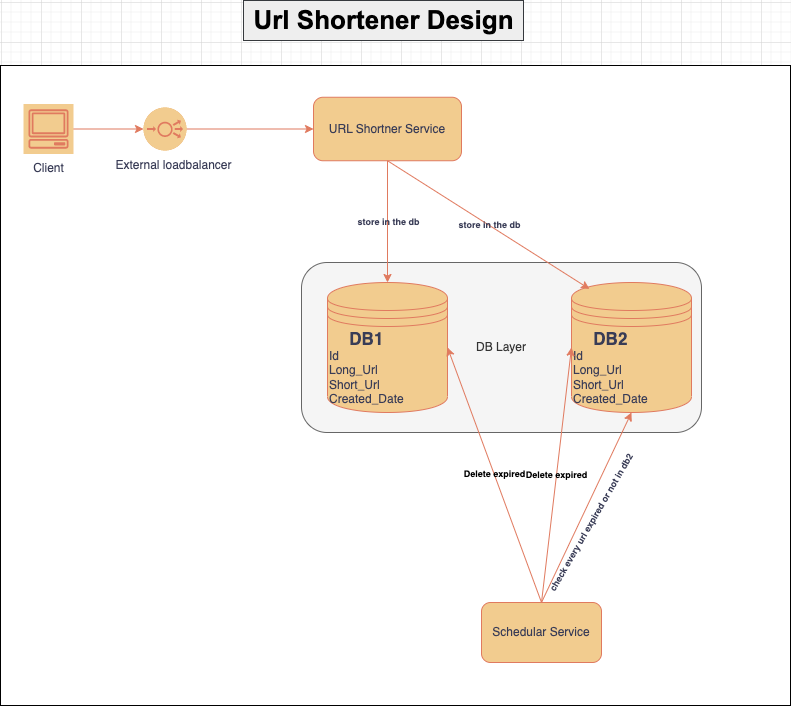
sufiyan0211/UrlShortner keeps this draw.io diagram as URL Shortner Design.png. Above is the earlier version. Source tidied: cells renumbered, new cells last; positions are measured from the earlier drawing's top-left corner, leaving out a move shared by most shapes. Its diagram source:
```xml
<mxGraphModel>
  <root>
    <mxCell id="0" />
    <mxCell id="1" parent="0" />
    <mxCell id="2" style="rounded=0;whiteSpace=wrap;html=1;" parent="1" vertex="1">
      <mxGeometry y="65" width="790" height="640" as="geometry" />
    </mxCell>
    <mxCell id="3" value="DB Layer" style="rounded=1;whiteSpace=wrap;html=1;fillColor=#f5f5f5;strokeColor=#666666;fontColor=#333333;" parent="1" vertex="1">
      <mxGeometry x="301" y="262" width="400" height="170" as="geometry" />
    </mxCell>
    <mxCell id="4" style="edgeStyle=orthogonalEdgeStyle;rounded=0;jettySize=auto;html=1;fontSize=17;labelBackgroundColor=none;fontColor=default;strokeColor=#E07A5F;" parent="1" edge="1" source="5" target="7">
      <mxGeometry relative="1" as="geometry" />
    </mxCell>
    <mxCell id="5" value="Client" style="sketch=0;outlineConnect=0;dashed=0;verticalLabelPosition=bottom;verticalAlign=top;align=center;html=1;fontSize=12;fontStyle=0;shape=mxgraph.aws4.resourceIcon;resIcon=mxgraph.aws4.client;labelBackgroundColor=none;fillColor=#F2CC8F;strokeColor=#E07A5F;fontColor=#393C56;" parent="1" vertex="1">
      <mxGeometry x="23" y="103.5" width="50" height="50" as="geometry" />
    </mxCell>
    <mxCell id="6" style="edgeStyle=orthogonalEdgeStyle;rounded=0;jettySize=auto;html=1;fontSize=17;entryX=0;entryY=0.5;entryDx=0;entryDy=0;labelBackgroundColor=none;fontColor=default;strokeColor=#E07A5F;" parent="1" edge="1" source="7" target="9">
      <mxGeometry relative="1" as="geometry" />
    </mxCell>
    <mxCell id="7" style="verticalLabelPosition=bottom;sketch=0;html=1;verticalAlign=top;align=center;points=[[0.145,0.145,0],[0.5,0,0],[0.855,0.145,0],[1,0.5,0],[0.855,0.855,0],[0.5,1,0],[0.145,0.855,0],[0,0.5,0]];shape=mxgraph.cisco_safe.compositeIcon;bgIcon=ellipse;resIcon=mxgraph.cisco_safe.capability.load_balancer;labelBackgroundColor=none;fillColor=#F2CC8F;strokeColor=#E07A5F;fontColor=#393C56;" parent="1" vertex="1">
      <mxGeometry x="143" y="107" width="43" height="43" as="geometry" />
    </mxCell>
    <mxCell id="8" value="&lt;div style=&quot;text-align: center;&quot;&gt;&lt;b style=&quot;background-color: initial;&quot;&gt;&lt;font style=&quot;font-size: 17px;&quot;&gt;DB1&lt;/font&gt;&lt;/b&gt;&lt;/div&gt;Id&lt;br style=&quot;border-color: var(--border-color);&quot;&gt;&lt;span style=&quot;&quot;&gt;Long_Url&lt;/span&gt;&lt;br style=&quot;border-color: var(--border-color);&quot;&gt;&lt;span style=&quot;&quot;&gt;Short_Url&lt;/span&gt;&lt;br style=&quot;border-color: var(--border-color);&quot;&gt;&lt;span style=&quot;&quot;&gt;Created_Date&lt;/span&gt;" style="shape=datastore;whiteSpace=wrap;html=1;align=left;labelBackgroundColor=none;fillColor=#F2CC8F;strokeColor=#E07A5F;fontColor=#393C56;" parent="1" vertex="1">
      <mxGeometry x="327" y="282" width="120" height="130" as="geometry" />
    </mxCell>
    <mxCell id="9" value="URL Shortner Service" style="rounded=1;whiteSpace=wrap;html=1;labelBackgroundColor=none;fillColor=#F2CC8F;strokeColor=#E07A5F;fontColor=#393C56;" parent="1" vertex="1">
      <mxGeometry x="313" y="96.8" width="148" height="63.5" as="geometry" />
    </mxCell>
    <mxCell id="10" value="&lt;div style=&quot;text-align: center;&quot;&gt;&lt;b style=&quot;background-color: initial;&quot;&gt;&lt;font style=&quot;font-size: 17px;&quot;&gt;DB2&lt;/font&gt;&lt;/b&gt;&lt;/div&gt;Id&lt;br style=&quot;border-color: var(--border-color);&quot;&gt;&lt;span style=&quot;&quot;&gt;Long_Url&lt;/span&gt;&lt;br style=&quot;border-color: var(--border-color);&quot;&gt;&lt;span style=&quot;&quot;&gt;Short_Url&lt;/span&gt;&lt;br style=&quot;border-color: var(--border-color);&quot;&gt;&lt;span style=&quot;&quot;&gt;Created_Date&lt;/span&gt;" style="shape=datastore;whiteSpace=wrap;html=1;align=left;labelBackgroundColor=none;fillColor=#F2CC8F;strokeColor=#E07A5F;fontColor=#393C56;" parent="1" vertex="1">
      <mxGeometry x="571" y="282" width="120" height="130" as="geometry" />
    </mxCell>
    <mxCell id="11" value="Schedular Service" style="rounded=1;whiteSpace=wrap;html=1;labelBackgroundColor=none;fillColor=#F2CC8F;strokeColor=#E07A5F;fontColor=#393C56;" parent="1" vertex="1">
      <mxGeometry x="481" y="602" width="120" height="60" as="geometry" />
    </mxCell>
    <mxCell id="12" style="endArrow=classic;html=1;rounded=0;fontSize=9;exitX=0.5;exitY=1;exitDx=0;exitDy=0;labelBackgroundColor=none;fontColor=default;strokeColor=#E07A5F;" parent="1" edge="1" source="9" target="8">
      <mxGeometry relative="1" as="geometry" />
    </mxCell>
    <mxCell id="13" value="store in the db" style="edgeLabel;html=1;align=center;verticalAlign=middle;fontSize=9;labelBackgroundColor=none;fontColor=#393C56;fontStyle=1;" parent="12" vertex="1">
      <mxGeometry relative="1" as="geometry" />
    </mxCell>
    <mxCell id="14" style="endArrow=classic;html=1;rounded=0;fontSize=9;entryX=0.15;entryY=0.05;entryDx=0;entryDy=0;entryPerimeter=0;exitX=0.5;exitY=1;exitDx=0;exitDy=0;labelBackgroundColor=none;fontColor=default;strokeColor=#E07A5F;" parent="1" edge="1" source="9" target="10">
      <mxGeometry relative="1" as="geometry" />
    </mxCell>
    <mxCell id="15" value="store in the db" style="edgeLabel;html=1;align=center;verticalAlign=middle;fontSize=9;labelBackgroundColor=none;fontColor=#393C56;fontStyle=1;" parent="14" vertex="1">
      <mxGeometry relative="1" as="geometry" />
    </mxCell>
    <mxCell id="16" style="endArrow=classic;html=1;rounded=0;fontSize=9;exitX=0.5;exitY=0;exitDx=0;exitDy=0;entryX=0.5;entryY=1;entryDx=0;entryDy=0;labelBackgroundColor=none;fontColor=default;strokeColor=#E07A5F;" parent="1" edge="1" source="11" target="10">
      <mxGeometry relative="1" as="geometry" />
    </mxCell>
    <mxCell id="17" value="check every url expired or not in db2&amp;nbsp;" style="edgeLabel;html=1;align=center;verticalAlign=middle;fontSize=9;labelBackgroundColor=none;fontColor=#393C56;fontStyle=1;rotation=-60;" parent="16" vertex="1">
      <mxGeometry relative="1" as="geometry">
        <mxPoint x="5" y="15" as="offset" />
      </mxGeometry>
    </mxCell>
    <mxCell id="18" value="Delete expired" style="endArrow=classic;html=1;rounded=0;fontSize=9;entryX=0;entryY=0.5;entryDx=0;entryDy=0;labelBackgroundColor=none;fontColor=default;strokeColor=#E07A5F;fontStyle=1;exitX=0.5;exitY=0;exitDx=0;exitDy=0;" parent="1" edge="1" source="11" target="10">
      <mxGeometry relative="1" as="geometry" />
    </mxCell>
    <mxCell id="19" value="Delete expired" style="endArrow=classic;html=1;rounded=0;fontSize=9;entryX=1;entryY=0.5;entryDx=0;entryDy=0;exitX=0.5;exitY=0;exitDx=0;exitDy=0;labelBackgroundColor=none;fontColor=default;strokeColor=#E07A5F;fontStyle=1;" parent="1" edge="1" source="11" target="8">
      <mxGeometry relative="1" as="geometry" />
    </mxCell>
    <mxCell id="20" value="Url Shortener Design" style="text;html=1;align=center;verticalAlign=middle;fillColor=#eeeeee;fontSize=26;fontStyle=1;fontFamily=Arial;fontSource=https%3A%2F%2Ffonts.googleapis.com%2Fcss%3Ffamily%3DArial;labelBackgroundColor=none;strokeColor=#36393d;" parent="1" vertex="1">
      <mxGeometry x="243" width="280" height="40" as="geometry" />
    </mxCell>
    <mxCell id="21" value="External loadbalancer" style="text;html=1;align=center;verticalAlign=middle;strokeColor=none;fillColor=none;fontColor=#393C56;" parent="1" vertex="1">
      <mxGeometry x="103" y="150" width="140" height="30" as="geometry" />
    </mxCell>
  </root>
</mxGraphModel>
```
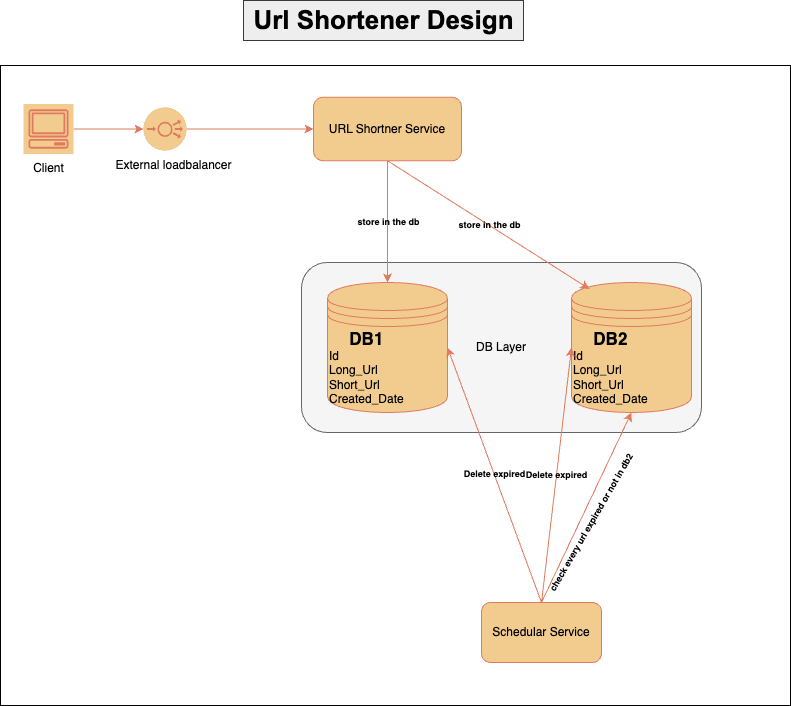
After the commit.

Commit message:
Change the name of design

What changed in the source:
```diff
@@ -2,66 +2,66 @@
   <root>
     <mxCell id="0" />
     <mxCell id="1" parent="0" />
-    <mxCell id="2" style="rounded=0;whiteSpace=wrap;html=1;" parent="1" vertex="1">
+    <mxCell id="2" style="rounded=0;whiteSpace=wrap;html=1;fontColor=#000000;" parent="1" vertex="1">
       <mxGeometry y="65" width="790" height="640" as="geometry" />
     </mxCell>
-    <mxCell id="3" value="DB Layer" style="rounded=1;whiteSpace=wrap;html=1;fillColor=#f5f5f5;strokeColor=#666666;fontColor=#333333;" parent="1" vertex="1">
+    <mxCell id="3" value="&lt;font&gt;DB Layer&lt;/font&gt;" style="rounded=1;whiteSpace=wrap;html=1;fillColor=#f5f5f5;strokeColor=#666666;fontColor=#000000;" parent="1" vertex="1">
       <mxGeometry x="301" y="262" width="400" height="170" as="geometry" />
     </mxCell>
-    <mxCell id="4" style="edgeStyle=orthogonalEdgeStyle;rounded=0;jettySize=auto;html=1;fontSize=17;labelBackgroundColor=none;fontColor=default;strokeColor=#E07A5F;" parent="1" edge="1" source="5" target="7">
+    <mxCell id="4" style="edgeStyle=orthogonalEdgeStyle;rounded=0;jettySize=auto;html=1;fontSize=17;labelBackgroundColor=none;fontColor=#000000;strokeColor=#E07A5F;" parent="1" edge="1" source="5" target="7">
       <mxGeometry relative="1" as="geometry" />
     </mxCell>
-    <mxCell id="5" value="Client" style="sketch=0;outlineConnect=0;dashed=0;verticalLabelPosition=bottom;verticalAlign=top;align=center;html=1;fontSize=12;fontStyle=0;shape=mxgraph.aws4.resourceIcon;resIcon=mxgraph.aws4.client;labelBackgroundColor=none;fillColor=#F2CC8F;strokeColor=#E07A5F;fontColor=#393C56;" parent="1" vertex="1">
+    <mxCell id="5" value="Client" style="sketch=0;outlineConnect=0;dashed=0;verticalLabelPosition=bottom;verticalAlign=top;align=center;html=1;fontSize=12;fontStyle=0;shape=mxgraph.aws4.resourceIcon;resIcon=mxgraph.aws4.client;labelBackgroundColor=none;fillColor=#F2CC8F;strokeColor=#E07A5F;fontColor=#000000;" parent="1" vertex="1">
       <mxGeometry x="23" y="103.5" width="50" height="50" as="geometry" />
     </mxCell>
-    <mxCell id="6" style="edgeStyle=orthogonalEdgeStyle;rounded=0;jettySize=auto;html=1;fontSize=17;entryX=0;entryY=0.5;entryDx=0;entryDy=0;labelBackgroundColor=none;fontColor=default;strokeColor=#E07A5F;" parent="1" edge="1" source="7" target="9">
+    <mxCell id="6" style="edgeStyle=orthogonalEdgeStyle;rounded=0;jettySize=auto;html=1;fontSize=17;entryX=0;entryY=0.5;entryDx=0;entryDy=0;labelBackgroundColor=none;fontColor=#000000;strokeColor=#E07A5F;" parent="1" edge="1" source="7" target="9">
       <mxGeometry relative="1" as="geometry" />
     </mxCell>
-    <mxCell id="7" style="verticalLabelPosition=bottom;sketch=0;html=1;verticalAlign=top;align=center;points=[[0.145,0.145,0],[0.5,0,0],[0.855,0.145,0],[1,0.5,0],[0.855,0.855,0],[0.5,1,0],[0.145,0.855,0],[0,0.5,0]];shape=mxgraph.cisco_safe.compositeIcon;bgIcon=ellipse;resIcon=mxgraph.cisco_safe.capability.load_balancer;labelBackgroundColor=none;fillColor=#F2CC8F;strokeColor=#E07A5F;fontColor=#393C56;" parent="1" vertex="1">
+    <mxCell id="7" style="verticalLabelPosition=bottom;sketch=0;html=1;verticalAlign=top;align=center;points=[[0.145,0.145,0],[0.5,0,0],[0.855,0.145,0],[1,0.5,0],[0.855,0.855,0],[0.5,1,0],[0.145,0.855,0],[0,0.5,0]];shape=mxgraph.cisco_safe.compositeIcon;bgIcon=ellipse;resIcon=mxgraph.cisco_safe.capability.load_balancer;labelBackgroundColor=none;fillColor=#F2CC8F;strokeColor=#E07A5F;fontColor=#000000;" parent="1" vertex="1">
       <mxGeometry x="143" y="107" width="43" height="43" as="geometry" />
     </mxCell>
-    <mxCell id="8" value="&lt;div style=&quot;text-align: center;&quot;&gt;&lt;b style=&quot;background-color: initial;&quot;&gt;&lt;font style=&quot;font-size: 17px;&quot;&gt;DB1&lt;/font&gt;&lt;/b&gt;&lt;/div&gt;Id&lt;br style=&quot;border-color: var(--border-color);&quot;&gt;&lt;span style=&quot;&quot;&gt;Long_Url&lt;/span&gt;&lt;br style=&quot;border-color: var(--border-color);&quot;&gt;&lt;span style=&quot;&quot;&gt;Short_Url&lt;/span&gt;&lt;br style=&quot;border-color: var(--border-color);&quot;&gt;&lt;span style=&quot;&quot;&gt;Created_Date&lt;/span&gt;" style="shape=datastore;whiteSpace=wrap;html=1;align=left;labelBackgroundColor=none;fillColor=#F2CC8F;strokeColor=#E07A5F;fontColor=#393C56;" parent="1" vertex="1">
+    <mxCell id="8" value="&lt;div style=&quot;text-align: center;&quot;&gt;&lt;b style=&quot;background-color: initial;&quot;&gt;&lt;font style=&quot;font-size: 17px;&quot;&gt;DB1&lt;/font&gt;&lt;/b&gt;&lt;/div&gt;Id&lt;br style=&quot;border-color: var(--border-color);&quot;&gt;&lt;span style=&quot;&quot;&gt;Long_Url&lt;/span&gt;&lt;br style=&quot;border-color: var(--border-color);&quot;&gt;&lt;span style=&quot;&quot;&gt;Short_Url&lt;/span&gt;&lt;br style=&quot;border-color: var(--border-color);&quot;&gt;&lt;span style=&quot;&quot;&gt;Created_Date&lt;/span&gt;" style="shape=datastore;whiteSpace=wrap;html=1;align=left;labelBackgroundColor=none;fillColor=#F2CC8F;strokeColor=#E07A5F;fontColor=#000000;" parent="1" vertex="1">
       <mxGeometry x="327" y="282" width="120" height="130" as="geometry" />
     </mxCell>
-    <mxCell id="9" value="URL Shortner Service" style="rounded=1;whiteSpace=wrap;html=1;labelBackgroundColor=none;fillColor=#F2CC8F;strokeColor=#E07A5F;fontColor=#393C56;" parent="1" vertex="1">
+    <mxCell id="9" value="URL Shortner Service" style="rounded=1;whiteSpace=wrap;html=1;labelBackgroundColor=none;fillColor=#F2CC8F;strokeColor=#E07A5F;fontColor=#000000;" parent="1" vertex="1">
       <mxGeometry x="313" y="96.8" width="148" height="63.5" as="geometry" />
     </mxCell>
-    <mxCell id="10" value="&lt;div style=&quot;text-align: center;&quot;&gt;&lt;b style=&quot;background-color: initial;&quot;&gt;&lt;font style=&quot;font-size: 17px;&quot;&gt;DB2&lt;/font&gt;&lt;/b&gt;&lt;/div&gt;Id&lt;br style=&quot;border-color: var(--border-color);&quot;&gt;&lt;span style=&quot;&quot;&gt;Long_Url&lt;/span&gt;&lt;br style=&quot;border-color: var(--border-color);&quot;&gt;&lt;span style=&quot;&quot;&gt;Short_Url&lt;/span&gt;&lt;br style=&quot;border-color: var(--border-color);&quot;&gt;&lt;span style=&quot;&quot;&gt;Created_Date&lt;/span&gt;" style="shape=datastore;whiteSpace=wrap;html=1;align=left;labelBackgroundColor=none;fillColor=#F2CC8F;strokeColor=#E07A5F;fontColor=#393C56;" parent="1" vertex="1">
+    <mxCell id="10" value="&lt;div style=&quot;text-align: center;&quot;&gt;&lt;b style=&quot;background-color: initial;&quot;&gt;&lt;font style=&quot;font-size: 17px;&quot;&gt;DB2&lt;/font&gt;&lt;/b&gt;&lt;/div&gt;Id&lt;br style=&quot;border-color: var(--border-color);&quot;&gt;&lt;span style=&quot;&quot;&gt;Long_Url&lt;/span&gt;&lt;br style=&quot;border-color: var(--border-color);&quot;&gt;&lt;span style=&quot;&quot;&gt;Short_Url&lt;/span&gt;&lt;br style=&quot;border-color: var(--border-color);&quot;&gt;&lt;span style=&quot;&quot;&gt;Created_Date&lt;/span&gt;" style="shape=datastore;whiteSpace=wrap;html=1;align=left;labelBackgroundColor=none;fillColor=#F2CC8F;strokeColor=#E07A5F;fontColor=#000000;" parent="1" vertex="1">
       <mxGeometry x="571" y="282" width="120" height="130" as="geometry" />
     </mxCell>
-    <mxCell id="11" value="Schedular Service" style="rounded=1;whiteSpace=wrap;html=1;labelBackgroundColor=none;fillColor=#F2CC8F;strokeColor=#E07A5F;fontColor=#393C56;" parent="1" vertex="1">
+    <mxCell id="11" value="Schedular Service" style="rounded=1;whiteSpace=wrap;html=1;labelBackgroundColor=none;fillColor=#F2CC8F;strokeColor=#E07A5F;fontColor=#000000;" parent="1" vertex="1">
       <mxGeometry x="481" y="602" width="120" height="60" as="geometry" />
     </mxCell>
-    <mxCell id="12" style="endArrow=classic;html=1;rounded=0;fontSize=9;exitX=0.5;exitY=1;exitDx=0;exitDy=0;labelBackgroundColor=none;fontColor=default;strokeColor=#E07A5F;" parent="1" edge="1" source="9" target="8">
+    <mxCell id="12" style="endArrow=classic;html=1;rounded=0;fontSize=9;exitX=0.5;exitY=1;exitDx=0;exitDy=0;labelBackgroundColor=none;fontColor=#000000;strokeColor=#E07A5F;" parent="1" edge="1" source="9" target="8">
       <mxGeometry relative="1" as="geometry" />
     </mxCell>
-    <mxCell id="13" value="store in the db" style="edgeLabel;html=1;align=center;verticalAlign=middle;fontSize=9;labelBackgroundColor=none;fontColor=#393C56;fontStyle=1;" parent="12" vertex="1">
+    <mxCell id="13" value="store in the db" style="edgeLabel;html=1;align=center;verticalAlign=middle;fontSize=9;labelBackgroundColor=none;fontColor=#000000;fontStyle=1;" parent="12" vertex="1">
       <mxGeometry relative="1" as="geometry" />
     </mxCell>
-    <mxCell id="14" style="endArrow=classic;html=1;rounded=0;fontSize=9;entryX=0.15;entryY=0.05;entryDx=0;entryDy=0;entryPerimeter=0;exitX=0.5;exitY=1;exitDx=0;exitDy=0;labelBackgroundColor=none;fontColor=default;strokeColor=#E07A5F;" parent="1" edge="1" source="9" target="10">
+    <mxCell id="14" style="endArrow=classic;html=1;rounded=0;fontSize=9;entryX=0.15;entryY=0.05;entryDx=0;entryDy=0;entryPerimeter=0;exitX=0.5;exitY=1;exitDx=0;exitDy=0;labelBackgroundColor=none;fontColor=#000000;strokeColor=#E07A5F;" parent="1" edge="1" source="9" target="10">
       <mxGeometry relative="1" as="geometry" />
     </mxCell>
-    <mxCell id="15" value="store in the db" style="edgeLabel;html=1;align=center;verticalAlign=middle;fontSize=9;labelBackgroundColor=none;fontColor=#393C56;fontStyle=1;" parent="14" vertex="1">
+    <mxCell id="15" value="store in the db" style="edgeLabel;html=1;align=center;verticalAlign=middle;fontSize=9;labelBackgroundColor=none;fontColor=#000000;fontStyle=1;" parent="14" vertex="1">
       <mxGeometry relative="1" as="geometry" />
     </mxCell>
-    <mxCell id="16" style="endArrow=classic;html=1;rounded=0;fontSize=9;exitX=0.5;exitY=0;exitDx=0;exitDy=0;entryX=0.5;entryY=1;entryDx=0;entryDy=0;labelBackgroundColor=none;fontColor=default;strokeColor=#E07A5F;" parent="1" edge="1" source="11" target="10">
+    <mxCell id="16" style="endArrow=classic;html=1;rounded=0;fontSize=9;exitX=0.5;exitY=0;exitDx=0;exitDy=0;entryX=0.5;entryY=1;entryDx=0;entryDy=0;labelBackgroundColor=none;fontColor=#000000;strokeColor=#E07A5F;" parent="1" edge="1" source="11" target="10">
       <mxGeometry relative="1" as="geometry" />
     </mxCell>
-    <mxCell id="17" value="check every url expired or not in db2&amp;nbsp;" style="edgeLabel;html=1;align=center;verticalAlign=middle;fontSize=9;labelBackgroundColor=none;fontColor=#393C56;fontStyle=1;rotation=-60;" parent="16" vertex="1">
+    <mxCell id="17" value="check every url expired or not in db2&amp;nbsp;" style="edgeLabel;html=1;align=center;verticalAlign=middle;fontSize=9;labelBackgroundColor=none;fontColor=#000000;fontStyle=1;rotation=-60;" parent="16" vertex="1">
       <mxGeometry relative="1" as="geometry">
         <mxPoint x="5" y="15" as="offset" />
       </mxGeometry>
     </mxCell>
-    <mxCell id="18" value="Delete expired" style="endArrow=classic;html=1;rounded=0;fontSize=9;entryX=0;entryY=0.5;entryDx=0;entryDy=0;labelBackgroundColor=none;fontColor=default;strokeColor=#E07A5F;fontStyle=1;exitX=0.5;exitY=0;exitDx=0;exitDy=0;" parent="1" edge="1" source="11" target="10">
+    <mxCell id="18" value="Delete expired" style="endArrow=classic;html=1;rounded=0;fontSize=9;entryX=0;entryY=0.5;entryDx=0;entryDy=0;labelBackgroundColor=none;fontColor=#000000;strokeColor=#E07A5F;fontStyle=1;exitX=0.5;exitY=0;exitDx=0;exitDy=0;" parent="1" edge="1" source="11" target="10">
       <mxGeometry relative="1" as="geometry" />
     </mxCell>
-    <mxCell id="19" value="Delete expired" style="endArrow=classic;html=1;rounded=0;fontSize=9;entryX=1;entryY=0.5;entryDx=0;entryDy=0;exitX=0.5;exitY=0;exitDx=0;exitDy=0;labelBackgroundColor=none;fontColor=default;strokeColor=#E07A5F;fontStyle=1;" parent="1" edge="1" source="11" target="8">
+    <mxCell id="19" value="Delete expired" style="endArrow=classic;html=1;rounded=0;fontSize=9;entryX=1;entryY=0.5;entryDx=0;entryDy=0;exitX=0.5;exitY=0;exitDx=0;exitDy=0;labelBackgroundColor=none;fontColor=#000000;strokeColor=#E07A5F;fontStyle=1;" parent="1" edge="1" source="11" target="8">
       <mxGeometry relative="1" as="geometry" />
     </mxCell>
-    <mxCell id="20" value="Url Shortener Design" style="text;html=1;align=center;verticalAlign=middle;fillColor=#eeeeee;fontSize=26;fontStyle=1;fontFamily=Arial;fontSource=https%3A%2F%2Ffonts.googleapis.com%2Fcss%3Ffamily%3DArial;labelBackgroundColor=none;strokeColor=#36393d;" parent="1" vertex="1">
+    <mxCell id="20" value="Url Shortener Design" style="text;html=1;align=center;verticalAlign=middle;fillColor=#eeeeee;fontSize=26;fontStyle=1;fontFamily=Arial;fontSource=https%3A%2F%2Ffonts.googleapis.com%2Fcss%3Ffamily%3DArial;labelBackgroundColor=none;strokeColor=#36393d;fontColor=#000000;" parent="1" vertex="1">
       <mxGeometry x="243" width="280" height="40" as="geometry" />
     </mxCell>
-    <mxCell id="21" value="External loadbalancer" style="text;html=1;align=center;verticalAlign=middle;strokeColor=none;fillColor=none;fontColor=#393C56;" parent="1" vertex="1">
+    <mxCell id="21" value="External loadbalancer" style="text;html=1;align=center;verticalAlign=middle;strokeColor=none;fillColor=none;fontColor=#000000;" parent="1" vertex="1">
       <mxGeometry x="103" y="150" width="140" height="30" as="geometry" />
     </mxCell>
   </root>
```
